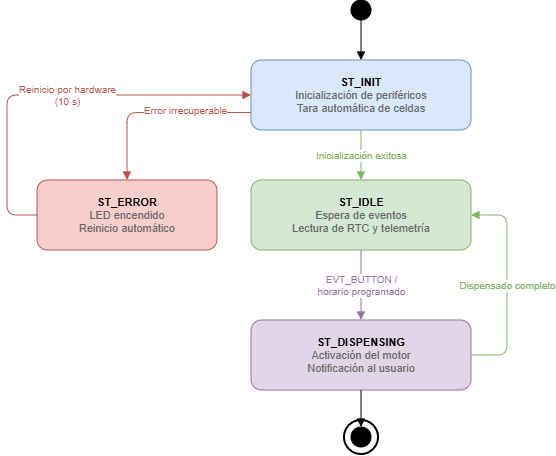
This is Figures/diagrama_estados.png from matuuted/Plantilla-para-memoria, a draw.io export, as it was before one commit. Source tidied: cells renumbered, new cells last; positions are measured from the earlier drawing's top-left corner, leaving out a move shared by most shapes. Its diagram source:
```xml
<mxGraphModel>
  <root>
    <mxCell id="0" />
    <mxCell id="1" parent="0" />
    <mxCell id="2" style="ellipse;whiteSpace=wrap;html=1;fillColor=#000000;strokeColor=#000000;width=20;height=20;" parent="1" vertex="1">
      <mxGeometry x="344" width="20" height="20" as="geometry" />
    </mxCell>
    <mxCell id="3" value="&lt;b&gt;ST_INIT&lt;/b&gt;&lt;br&gt;&lt;font color='#666666'&gt;Inicialización de periféricos&lt;br&gt;Tara automática de celdas&lt;/font&gt;" style="rounded=1;whiteSpace=wrap;html=1;fillColor=#dae8fc;strokeColor=#6c8ebf;fontSize=11;arcSize=15;verticalAlign=middle;" parent="1" vertex="1">
      <mxGeometry x="244" y="60" width="220" height="70" as="geometry" />
    </mxCell>
    <mxCell id="4" value="&lt;b&gt;ST_IDLE&lt;/b&gt;&lt;br&gt;&lt;font color='#666666'&gt;Espera de eventos&lt;br&gt;Lectura de RTC y telemetría&lt;/font&gt;" style="rounded=1;whiteSpace=wrap;html=1;fillColor=#d5e8d4;strokeColor=#82b366;fontSize=11;arcSize=15;verticalAlign=middle;" parent="1" vertex="1">
      <mxGeometry x="244" y="180" width="220" height="70" as="geometry" />
    </mxCell>
    <mxCell id="5" value="&lt;b&gt;ST_DISPENSING&lt;/b&gt;&lt;br&gt;&lt;font color='#666666'&gt;Activación del motor&lt;br&gt;Notificación al usuario&lt;/font&gt;" style="rounded=1;whiteSpace=wrap;html=1;fillColor=#e1d5e7;strokeColor=#9673a6;fontSize=11;arcSize=15;verticalAlign=middle;" parent="1" vertex="1">
      <mxGeometry x="244" y="320" width="220" height="70" as="geometry" />
    </mxCell>
    <mxCell id="6" value="&lt;b&gt;ST_ERROR&lt;/b&gt;&lt;br&gt;&lt;font color='#666666'&gt;LED encendido&lt;br&gt;Reinicio automático&lt;/font&gt;" style="rounded=1;whiteSpace=wrap;html=1;fillColor=#f8cecc;strokeColor=#b85450;fontSize=11;arcSize=15;verticalAlign=middle;" parent="1" vertex="1">
      <mxGeometry x="30" y="180" width="180" height="70" as="geometry" />
    </mxCell>
    <mxCell id="7" style="ellipse;whiteSpace=wrap;html=1;fillColor=#000000;strokeColor=#000000;" parent="1" vertex="1">
      <mxGeometry x="344" y="427" width="20" height="20" as="geometry" />
    </mxCell>
    <mxCell id="8" style="ellipse;whiteSpace=wrap;html=1;fillColor=none;strokeColor=#000000;strokeWidth=2;" parent="1" vertex="1">
      <mxGeometry x="337" y="420" width="34" height="34" as="geometry" />
    </mxCell>
    <mxCell id="9" style="edgeStyle=orthogonalEdgeStyle;html=1;endArrow=block;endFill=1;strokeColor=#000000;" parent="1" edge="1" source="2" target="3">
      <mxGeometry relative="1" as="geometry" />
    </mxCell>
    <mxCell id="10" value="Inicialización exitosa" style="edgeStyle=orthogonalEdgeStyle;html=1;endArrow=block;endFill=1;strokeColor=#82b366;fontSize=10;fontColor=#82b366;" parent="1" edge="1" source="3" target="4">
      <mxGeometry relative="1" as="geometry" />
    </mxCell>
    <mxCell id="11" value="Error irrecuperable" style="edgeStyle=orthogonalEdgeStyle;html=1;endArrow=block;endFill=1;strokeColor=#b85450;fontSize=10;fontColor=#b85450;exitX=0;exitY=0.75;exitDx=0;exitDy=0;entryX=0.5;entryY=0;entryDx=0;entryDy=0;" parent="1" edge="1" source="3" target="6">
      <mxGeometry x="-0.31" y="-3" relative="1" as="geometry" />
    </mxCell>
    <mxCell id="12" value="EVT_BUTTON /&#10;horario programado" style="edgeStyle=orthogonalEdgeStyle;html=1;endArrow=block;endFill=1;strokeColor=#9673a6;fontSize=10;fontColor=#9673a6;" parent="1" edge="1" source="4" target="5">
      <mxGeometry relative="1" as="geometry" />
    </mxCell>
    <mxCell id="13" value="Dispensado completo" style="edgeStyle=orthogonalEdgeStyle;html=1;endArrow=block;endFill=1;strokeColor=#82b366;fontSize=10;fontColor=#82b366;exitX=1;exitY=0.5;exitDx=0;exitDy=0;entryX=1;entryY=0.5;entryDx=0;entryDy=0;" parent="1" edge="1" source="5" target="4">
      <mxGeometry relative="1" as="geometry">
        <Array as="points">
          <mxPoint x="500" y="355" />
          <mxPoint x="500" y="215" />
        </Array>
      </mxGeometry>
    </mxCell>
    <mxCell id="14" style="edgeStyle=orthogonalEdgeStyle;html=1;endArrow=block;endFill=1;strokeColor=#000000;" parent="1" edge="1" source="5" target="7">
      <mxGeometry relative="1" as="geometry" />
    </mxCell>
    <mxCell id="15" value="Reinicio por hardware&#10;(10 s)" style="edgeStyle=orthogonalEdgeStyle;html=1;endArrow=block;endFill=1;strokeColor=#b85450;fontSize=10;fontColor=#b85450;exitX=0;exitY=0.5;exitDx=0;exitDy=0;entryX=0;entryY=0.5;entryDx=0;entryDy=0;" parent="1" edge="1" source="6" target="3">
      <mxGeometry x="0.07" relative="1" as="geometry">
        <Array as="points">
          <mxPoint y="215" />
          <mxPoint y="95" />
        </Array>
      </mxGeometry>
    </mxCell>
  </root>
</mxGraphModel>
```
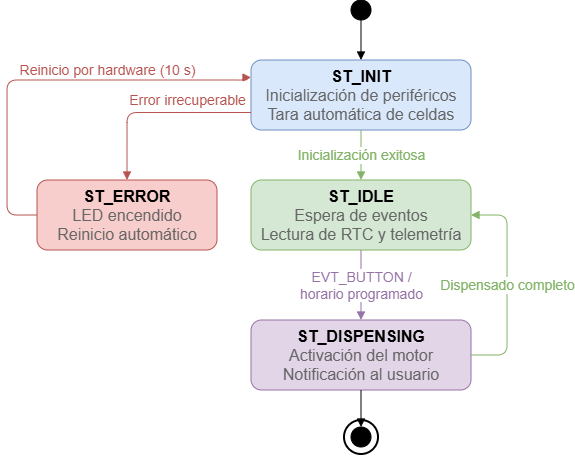
The same file after the commit.

The edit, as a diff of the source:
```diff
@@ -5,16 +5,16 @@
     <mxCell id="2" style="ellipse;whiteSpace=wrap;html=1;fillColor=#000000;strokeColor=#000000;width=20;height=20;" parent="1" vertex="1">
       <mxGeometry x="344" width="20" height="20" as="geometry" />
     </mxCell>
-    <mxCell id="3" value="&lt;b&gt;ST_INIT&lt;/b&gt;&lt;br&gt;&lt;font color='#666666'&gt;Inicialización de periféricos&lt;br&gt;Tara automática de celdas&lt;/font&gt;" style="rounded=1;whiteSpace=wrap;html=1;fillColor=#dae8fc;strokeColor=#6c8ebf;fontSize=11;arcSize=15;verticalAlign=middle;" parent="1" vertex="1">
+    <mxCell id="3" value="&lt;font style=&quot;font-size: 16px;&quot;&gt;&lt;b style=&quot;&quot;&gt;ST_INIT&lt;/b&gt;&lt;br&gt;&lt;font color=&quot;#666666&quot;&gt;Inicialización de periféricos&lt;br&gt;Tara automática de celdas&lt;/font&gt;&lt;/font&gt;" style="rounded=1;whiteSpace=wrap;html=1;fillColor=#dae8fc;strokeColor=#6c8ebf;fontSize=11;arcSize=15;verticalAlign=middle;" parent="1" vertex="1">
       <mxGeometry x="244" y="60" width="220" height="70" as="geometry" />
     </mxCell>
-    <mxCell id="4" value="&lt;b&gt;ST_IDLE&lt;/b&gt;&lt;br&gt;&lt;font color='#666666'&gt;Espera de eventos&lt;br&gt;Lectura de RTC y telemetría&lt;/font&gt;" style="rounded=1;whiteSpace=wrap;html=1;fillColor=#d5e8d4;strokeColor=#82b366;fontSize=11;arcSize=15;verticalAlign=middle;" parent="1" vertex="1">
+    <mxCell id="4" value="&lt;font style=&quot;font-size: 16px;&quot;&gt;&lt;b style=&quot;&quot;&gt;ST_IDLE&lt;/b&gt;&lt;br&gt;&lt;font color=&quot;#666666&quot;&gt;Espera de eventos&lt;br&gt;Lectura de RTC y telemetría&lt;/font&gt;&lt;/font&gt;" style="rounded=1;whiteSpace=wrap;html=1;fillColor=#d5e8d4;strokeColor=#82b366;fontSize=11;arcSize=15;verticalAlign=middle;" parent="1" vertex="1">
       <mxGeometry x="244" y="180" width="220" height="70" as="geometry" />
     </mxCell>
-    <mxCell id="5" value="&lt;b&gt;ST_DISPENSING&lt;/b&gt;&lt;br&gt;&lt;font color='#666666'&gt;Activación del motor&lt;br&gt;Notificación al usuario&lt;/font&gt;" style="rounded=1;whiteSpace=wrap;html=1;fillColor=#e1d5e7;strokeColor=#9673a6;fontSize=11;arcSize=15;verticalAlign=middle;" parent="1" vertex="1">
+    <mxCell id="5" value="&lt;font style=&quot;font-size: 16px;&quot;&gt;&lt;b style=&quot;&quot;&gt;ST_DISPENSING&lt;/b&gt;&lt;br&gt;&lt;font color=&quot;#666666&quot;&gt;Activación del motor&lt;br&gt;Notificación al usuario&lt;/font&gt;&lt;/font&gt;" style="rounded=1;whiteSpace=wrap;html=1;fillColor=#e1d5e7;strokeColor=#9673a6;fontSize=11;arcSize=15;verticalAlign=middle;" parent="1" vertex="1">
       <mxGeometry x="244" y="320" width="220" height="70" as="geometry" />
     </mxCell>
-    <mxCell id="6" value="&lt;b&gt;ST_ERROR&lt;/b&gt;&lt;br&gt;&lt;font color='#666666'&gt;LED encendido&lt;br&gt;Reinicio automático&lt;/font&gt;" style="rounded=1;whiteSpace=wrap;html=1;fillColor=#f8cecc;strokeColor=#b85450;fontSize=11;arcSize=15;verticalAlign=middle;" parent="1" vertex="1">
+    <mxCell id="6" value="&lt;font style=&quot;font-size: 16px;&quot;&gt;&lt;b style=&quot;&quot;&gt;ST_ERROR&lt;/b&gt;&lt;br&gt;&lt;font color=&quot;#666666&quot;&gt;LED encendido&lt;br&gt;Reinicio automático&lt;/font&gt;&lt;/font&gt;" style="rounded=1;whiteSpace=wrap;html=1;fillColor=#f8cecc;strokeColor=#b85450;fontSize=11;arcSize=15;verticalAlign=middle;" parent="1" vertex="1">
       <mxGeometry x="30" y="180" width="180" height="70" as="geometry" />
     </mxCell>
     <mxCell id="7" style="ellipse;whiteSpace=wrap;html=1;fillColor=#000000;strokeColor=#000000;" parent="1" vertex="1">
@@ -26,16 +26,16 @@
     <mxCell id="9" style="edgeStyle=orthogonalEdgeStyle;html=1;endArrow=block;endFill=1;strokeColor=#000000;" parent="1" edge="1" source="2" target="3">
       <mxGeometry relative="1" as="geometry" />
     </mxCell>
-    <mxCell id="10" value="Inicialización exitosa" style="edgeStyle=orthogonalEdgeStyle;html=1;endArrow=block;endFill=1;strokeColor=#82b366;fontSize=10;fontColor=#82b366;" parent="1" edge="1" source="3" target="4">
+    <mxCell id="10" value="&lt;font style=&quot;font-size: 14px;&quot;&gt;Inicialización exitosa&lt;/font&gt;" style="edgeStyle=orthogonalEdgeStyle;html=1;endArrow=block;endFill=1;strokeColor=#82b366;fontSize=10;fontColor=#82b366;" parent="1" edge="1" source="3" target="4">
       <mxGeometry relative="1" as="geometry" />
     </mxCell>
-    <mxCell id="11" value="Error irrecuperable" style="edgeStyle=orthogonalEdgeStyle;html=1;endArrow=block;endFill=1;strokeColor=#b85450;fontSize=10;fontColor=#b85450;exitX=0;exitY=0.75;exitDx=0;exitDy=0;entryX=0.5;entryY=0;entryDx=0;entryDy=0;" parent="1" edge="1" source="3" target="6">
-      <mxGeometry x="-0.31" y="-3" relative="1" as="geometry" />
+    <mxCell id="11" value="&lt;font style=&quot;font-size: 14px;&quot;&gt;Error irrecuperable&lt;/font&gt;" style="edgeStyle=orthogonalEdgeStyle;html=1;endArrow=block;endFill=1;strokeColor=#b85450;fontSize=10;fontColor=#b85450;exitX=0;exitY=0.75;exitDx=0;exitDy=0;entryX=0.5;entryY=0;entryDx=0;entryDy=0;" parent="1" edge="1" source="3" target="6">
+      <mxGeometry x="-0.33" y="-13" relative="1" as="geometry" />
     </mxCell>
-    <mxCell id="12" value="EVT_BUTTON /&#10;horario programado" style="edgeStyle=orthogonalEdgeStyle;html=1;endArrow=block;endFill=1;strokeColor=#9673a6;fontSize=10;fontColor=#9673a6;" parent="1" edge="1" source="4" target="5">
+    <mxCell id="12" value="&lt;font style=&quot;font-size: 14px;&quot;&gt;EVT_BUTTON /&lt;br&gt;horario programado&lt;/font&gt;" style="edgeStyle=orthogonalEdgeStyle;html=1;endArrow=block;endFill=1;strokeColor=#9673a6;fontSize=10;fontColor=#9673a6;" parent="1" edge="1" source="4" target="5">
       <mxGeometry relative="1" as="geometry" />
     </mxCell>
-    <mxCell id="13" value="Dispensado completo" style="edgeStyle=orthogonalEdgeStyle;html=1;endArrow=block;endFill=1;strokeColor=#82b366;fontSize=10;fontColor=#82b366;exitX=1;exitY=0.5;exitDx=0;exitDy=0;entryX=1;entryY=0.5;entryDx=0;entryDy=0;" parent="1" edge="1" source="5" target="4">
+    <mxCell id="13" value="&lt;font style=&quot;font-size: 14px;&quot;&gt;Dispensado completo&lt;/font&gt;" style="edgeStyle=orthogonalEdgeStyle;html=1;endArrow=block;endFill=1;strokeColor=#82b366;fontSize=10;fontColor=#82b366;exitX=1;exitY=0.5;exitDx=0;exitDy=0;entryX=1;entryY=0.5;entryDx=0;entryDy=0;" parent="1" edge="1" source="5" target="4">
       <mxGeometry relative="1" as="geometry">
         <Array as="points">
           <mxPoint x="500" y="355" />
@@ -46,11 +46,13 @@
     <mxCell id="14" style="edgeStyle=orthogonalEdgeStyle;html=1;endArrow=block;endFill=1;strokeColor=#000000;" parent="1" edge="1" source="5" target="7">
       <mxGeometry relative="1" as="geometry" />
     </mxCell>
-    <mxCell id="15" value="Reinicio por hardware&#10;(10 s)" style="edgeStyle=orthogonalEdgeStyle;html=1;endArrow=block;endFill=1;strokeColor=#b85450;fontSize=10;fontColor=#b85450;exitX=0;exitY=0.5;exitDx=0;exitDy=0;entryX=0;entryY=0.5;entryDx=0;entryDy=0;" parent="1" edge="1" source="6" target="3">
-      <mxGeometry x="0.07" relative="1" as="geometry">
+    <mxCell id="15" value="&lt;font style=&quot;font-size: 14px;&quot;&gt;Reinicio por hardware&amp;nbsp;(10 s)&lt;/font&gt;" style="edgeStyle=orthogonalEdgeStyle;html=1;endArrow=block;endFill=1;strokeColor=#b85450;fontSize=10;fontColor=#b85450;exitX=0;exitY=0.5;exitDx=0;exitDy=0;entryX=0;entryY=0.25;entryDx=0;entryDy=0;" parent="1" edge="1" source="6" target="3">
+      <mxGeometry x="0.29" y="10" relative="1" as="geometry">
         <Array as="points">
           <mxPoint y="215" />
-          <mxPoint y="95" />
+          <mxPoint y="80" />
+          <mxPoint x="240" y="80" />
+          <mxPoint x="240" y="77" />
         </Array>
       </mxGeometry>
     </mxCell>
```
